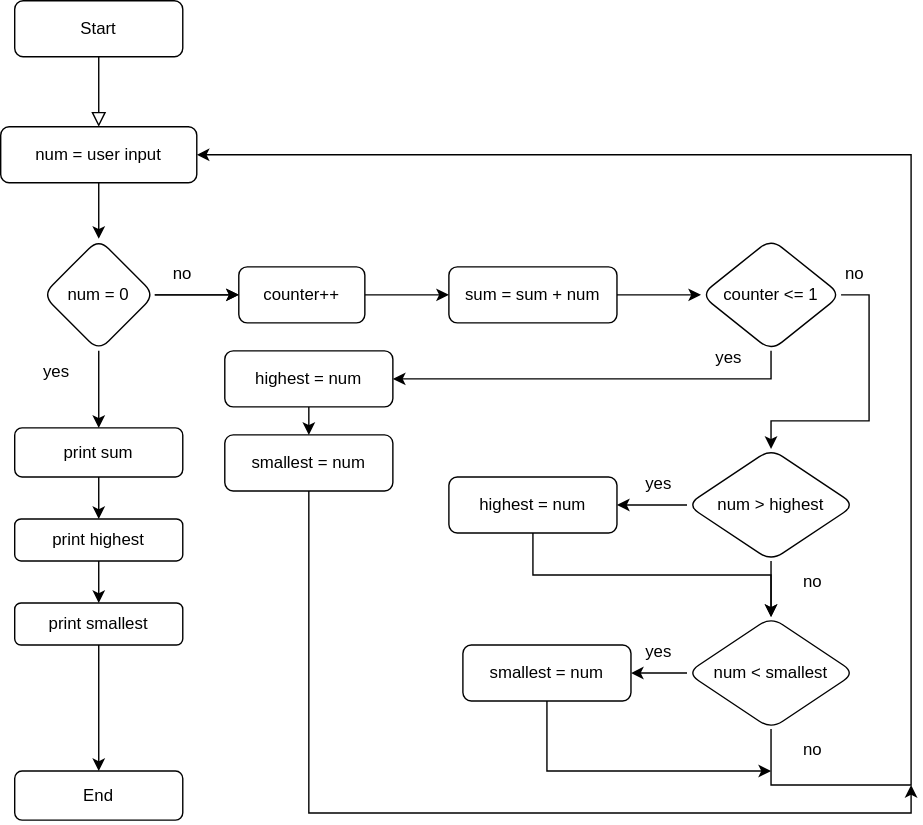
Before: Week_01/algorithm_mod2_asmnt1.drawio.svg, a diagram exported from draw.io (bilalalissa/The-JavaScript-Boot-Camp-by-Flavio). Source tidied: cells renumbered, new cells last; positions are measured from the earlier drawing's top-left corner, leaving out a move shared by most shapes.
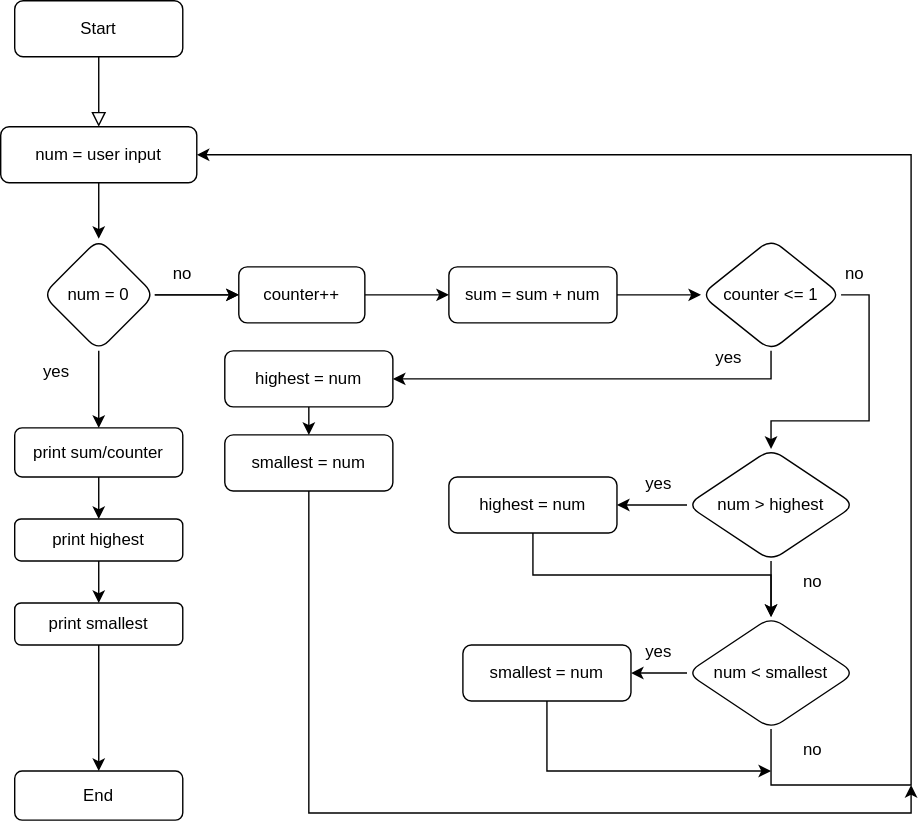
The same file after the commit.

What changed in the source:
```diff
@@ -33,7 +33,7 @@
     <mxCell id="10" style="edgeStyle=orthogonalEdgeStyle;rounded=0;jettySize=auto;html=1;" parent="1" edge="1" source="11" target="29">
       <mxGeometry relative="1" as="geometry" />
     </mxCell>
-    <mxCell id="11" value="print sum" style="whiteSpace=wrap;html=1;rounded=1;" parent="1" vertex="1">
+    <mxCell id="11" value="print sum/counter" style="whiteSpace=wrap;html=1;rounded=1;" parent="1" vertex="1">
       <mxGeometry x="10" y="305" width="120" height="35" as="geometry" />
     </mxCell>
     <mxCell id="12" value="yes" style="text;html=1;strokeColor=none;fillColor=none;align=center;verticalAlign=middle;whiteSpace=wrap;rounded=0;" parent="1" vertex="1">
```
